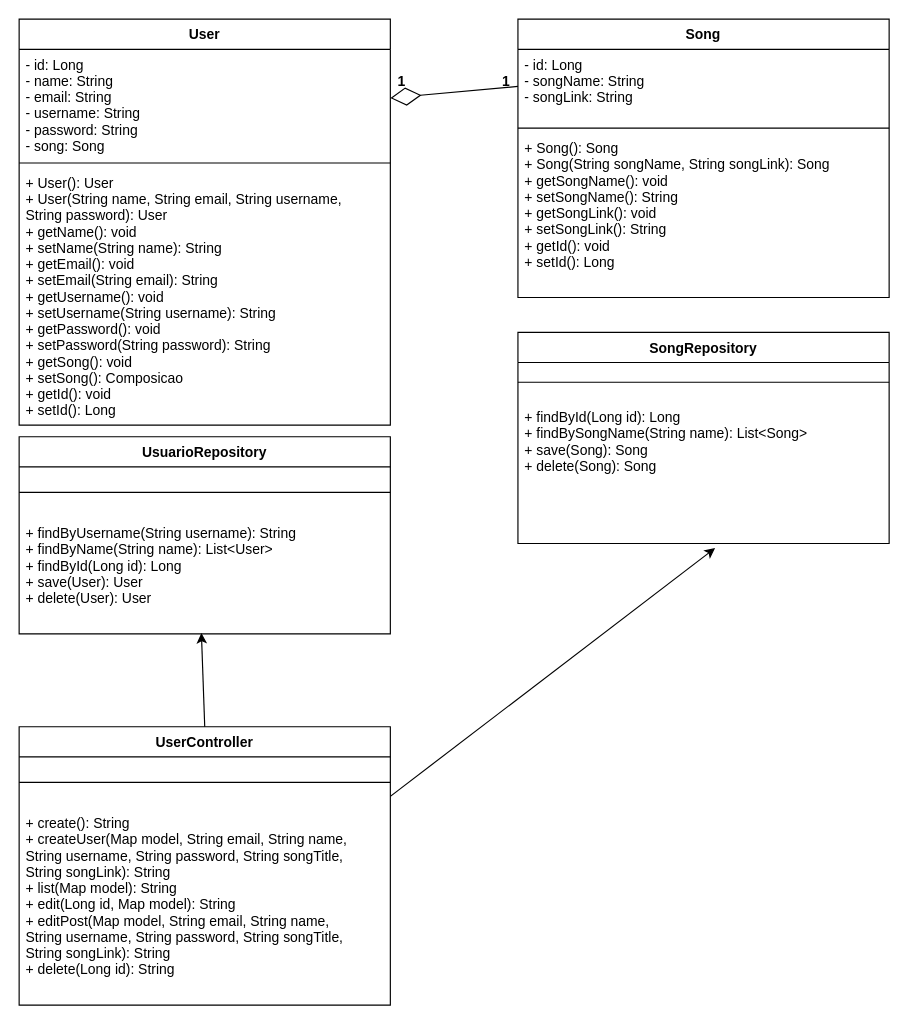
The draw.io diagram class-diagram.drawio in kaiohenricunha/UML, before the edit. Source tidied: cells renumbered, new cells numbered last; positions are measured from the earlier drawing's top-left corner, leaving out a move shared by most shapes. Both pictures are drawn from the tidied source at 116%, with x=0, y=0 at pixel (19, 19).
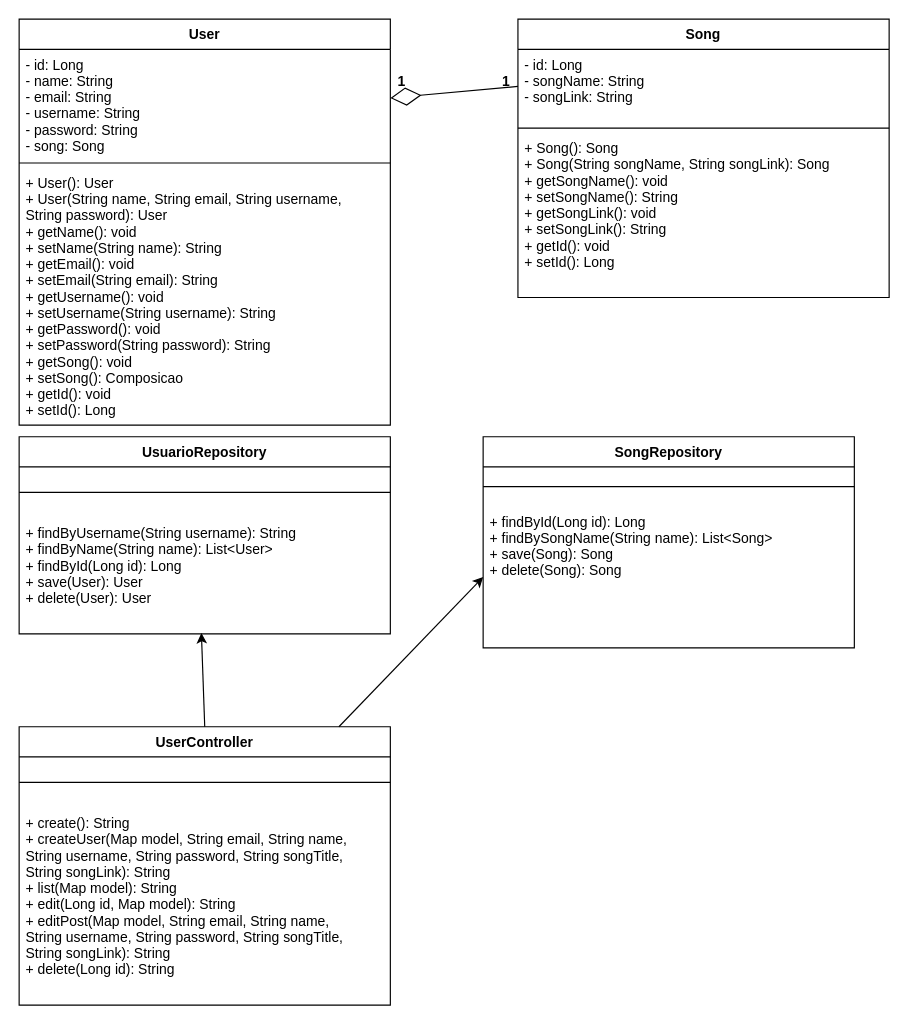
The same diagram, later.

Unchanged cells that the change refers to:
```xml
<mxCell id="18" value="+ findById(Long id): Long&#10;+ findBySongName(String name): List&lt;Song&gt;&#10;+ save(Song): Song&#10;+ delete(Song): Song" style="text;strokeColor=none;fillColor=none;align=left;verticalAlign=top;spacingLeft=4;spacingRight=4;overflow=hidden;points=[[0,0.5],[1,0.5]];portConstraint=eastwest;" parent="16" vertex="1">
  <mxGeometry y="60" width="320" height="122" as="geometry" />
</mxCell>
<mxCell id="19" value="UserController" style="swimlane;fontStyle=1;align=center;verticalAlign=top;horizontal=1;startSize=26;" parent="1" vertex="1">
  <mxGeometry y="610" width="320" height="240" as="geometry" />
</mxCell>
```

Diff of the diagram source:
```diff
@@
     <mxCell id="16" value="SongRepository" style="swimlane;fontStyle=1;align=center;verticalAlign=top;horizontal=1;startSize=26;" parent="1" vertex="1">
-      <mxGeometry x="430" y="270" width="320" height="182" as="geometry" />
+      <mxGeometry x="400" y="360" width="320" height="182" as="geometry" />
     </mxCell>
@@
-    <mxCell id="23" style="endArrow=classic;html=1;entryX=0.531;entryY=1.033;entryDx=0;entryDy=0;entryPerimeter=0;exitX=1;exitY=0.25;exitDx=0;exitDy=0;" parent="1" edge="1" source="19" target="18">
+    <mxCell id="23" style="endArrow=classic;html=1;entryX=0;entryY=0.5;entryDx=0;entryDy=0;" parent="1" edge="1" source="19" target="18">
       <mxGeometry relative="1" as="geometry" />
     </mxCell>
```
